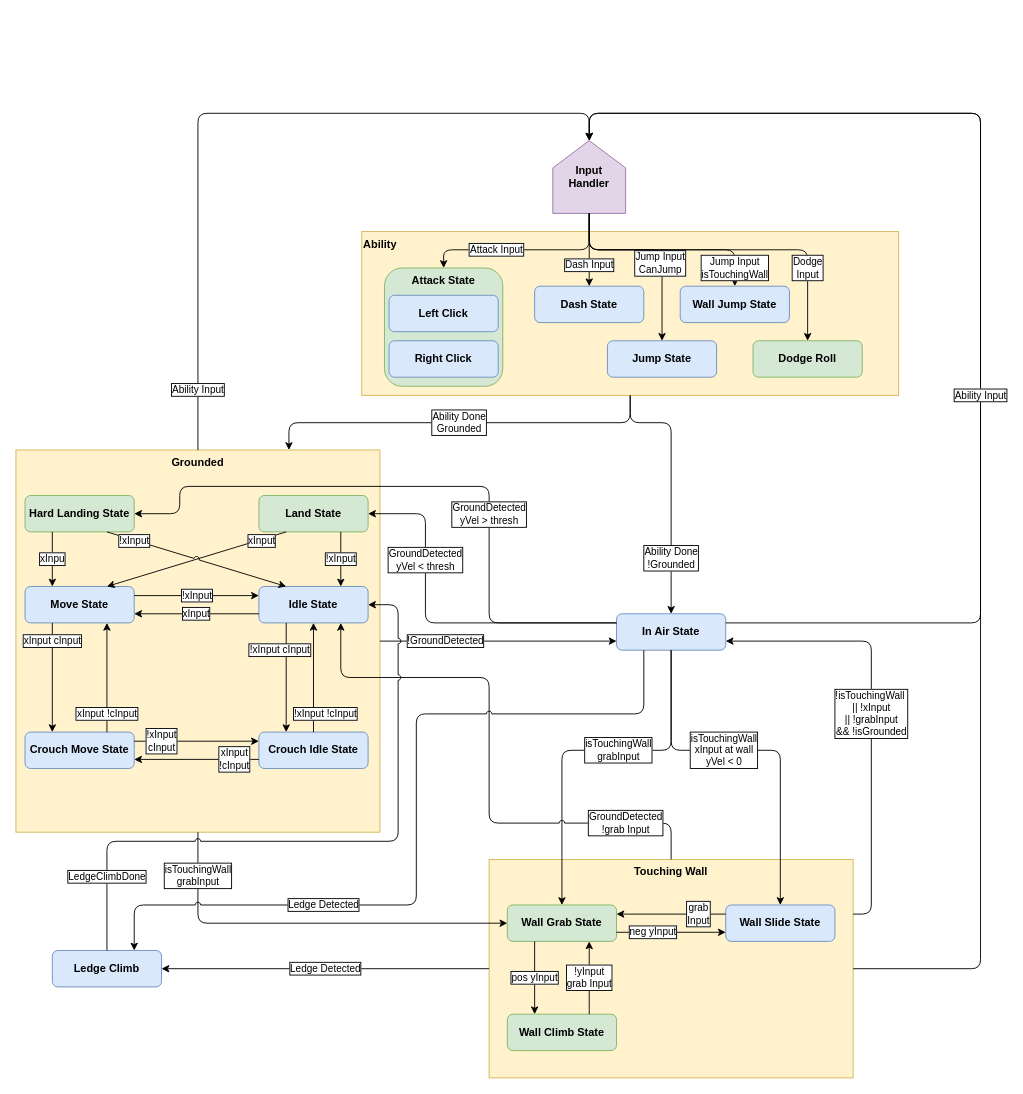
Earlier version of the draw.io diagram data/2D Platformer/FSM.drawio (tinsh00/DoAn). Source tidied: cells renumbered, new cells numbered last; positions are measured from the earlier drawing's top-left corner, leaving out a move shared by most shapes. Both pictures are drawn from the tidied source at 91%, with x=0, y=0 at pixel (15, 113).
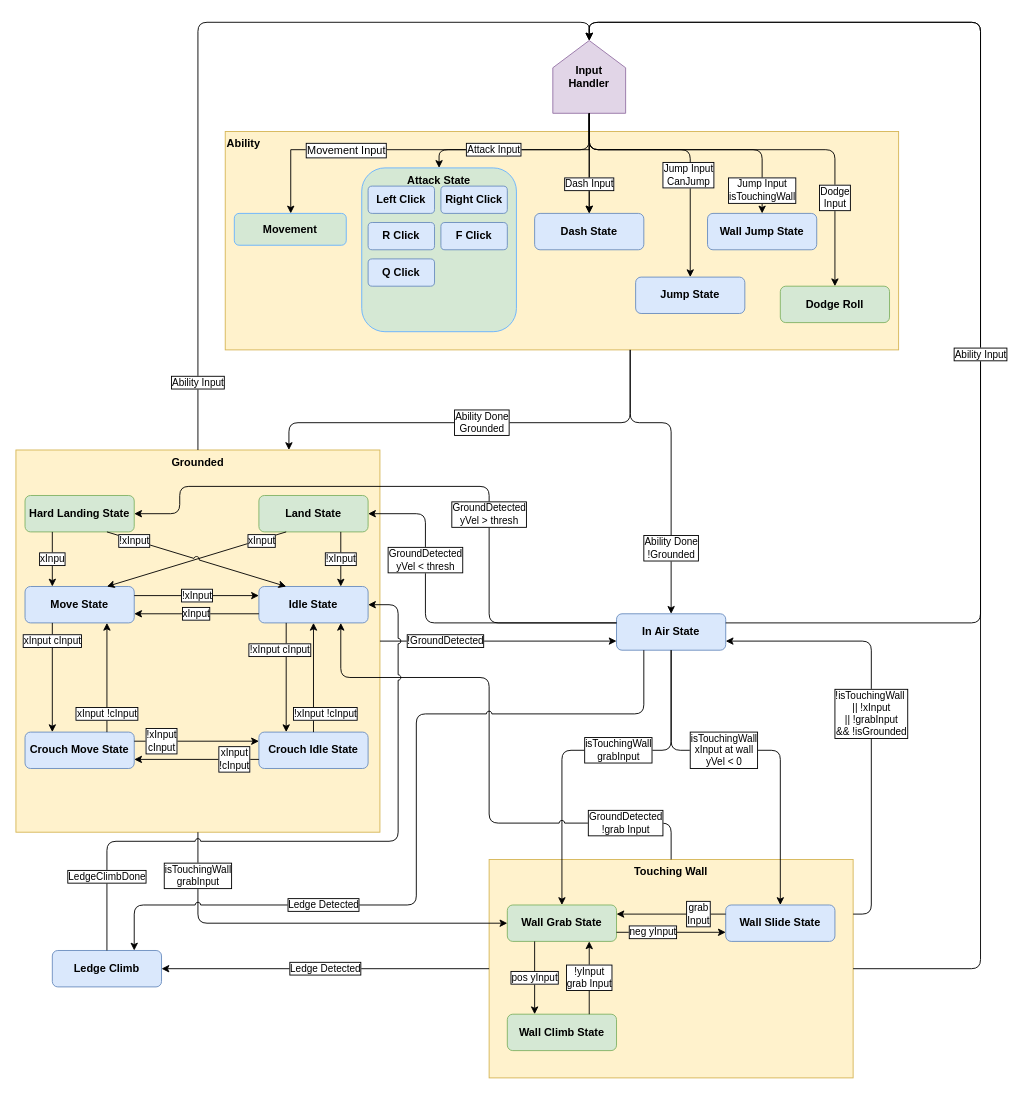
After the change.

The change refers to these unchanged cells:
```xml
<mxCell id="3" value="Touching Wall" style="rounded=0;whiteSpace=wrap;html=1;shadow=0;fillColor=#fff2cc;strokeColor=#d6b656;fontStyle=1;verticalAlign=top;" parent="1" vertex="1">
  <mxGeometry x="520" y="820" width="400" height="240" as="geometry" />
</mxCell>
<mxCell id="4" value="Grounded" style="rounded=0;whiteSpace=wrap;html=1;shadow=0;fillColor=#fff2cc;strokeColor=#d6b656;fontStyle=1;verticalAlign=top;" parent="1" vertex="1">
  <mxGeometry y="370" width="400" height="420" as="geometry" />
</mxCell>
<mxCell id="8" value="In Air State" style="rounded=1;whiteSpace=wrap;html=1;fillColor=#dae8fc;strokeColor=#6c8ebf;fontStyle=1;verticalAlign=middle;" parent="1" vertex="1">
  <mxGeometry x="660" y="550" width="120" height="40" as="geometry" />
</mxCell>
```

Diff of the diagram source:
```diff
@@
     <mxCell id="2" value="Ability" style="rounded=0;whiteSpace=wrap;html=1;shadow=0;fillColor=#fff2cc;strokeColor=#d6b656;fontStyle=1;verticalAlign=top;align=left;" parent="1" vertex="1">
-      <mxGeometry x="380" y="130" width="590" height="180" as="geometry" />
+      <mxGeometry x="230" y="20" width="740" height="240" as="geometry" />
     </mxCell>
@@
     <mxCell id="7" value="Jump State" style="rounded=1;whiteSpace=wrap;html=1;fillColor=#dae8fc;strokeColor=#6c8ebf;fontStyle=1;verticalAlign=middle;" parent="1" vertex="1">
-      <mxGeometry x="650" y="250" width="120" height="40" as="geometry" />
+      <mxGeometry x="681" y="180" width="120" height="40" as="geometry" />
     </mxCell>
@@
     <mxCell id="10" value="Dash State&lt;br&gt;" style="rounded=1;whiteSpace=wrap;html=1;fillColor=#dae8fc;strokeColor=#6c8ebf;fontStyle=1;verticalAlign=middle;" parent="1" vertex="1">
-      <mxGeometry x="570" y="190" width="120" height="40" as="geometry" />
+      <mxGeometry x="570" y="110" width="120" height="40" as="geometry" />
     </mxCell>
@@
     <mxCell id="13" value="Wall Jump State" style="rounded=1;whiteSpace=wrap;html=1;fillColor=#dae8fc;strokeColor=#6c8ebf;fontStyle=1;verticalAlign=middle;" parent="1" vertex="1">
-      <mxGeometry x="730" y="190" width="120" height="40" as="geometry" />
+      <mxGeometry x="760" y="110" width="120" height="40" as="geometry" />
     </mxCell>
@@
     <mxCell id="45" style="endArrow=classic;html=1;rounded=1;labelBorderColor=#000000;jumpStyle=arc;exitX=1;exitY=0.25;exitDx=0;exitDy=0;entryX=0.5;entryY=1;entryDx=0;entryDy=0;" parent="1" edge="1" source="8" target="47">
       <mxGeometry x="1" y="61" relative="1" as="geometry">
         <Array as="points">
           <mxPoint x="1060" y="560" />
-          <mxPoint x="1060" />
-          <mxPoint x="630" />
+          <mxPoint x="1060" y="-100" />
+          <mxPoint x="630" y="-100" />
         </Array>
         <mxPoint x="1" y="-10" as="offset" />
       </mxGeometry>
     </mxCell>
-    <mxCell id="46" value="Ability Done&lt;br&gt;!Grounded" style="endArrow=classic;html=1;rounded=1;labelBorderColor=#000000;exitX=0.5;exitY=1;exitDx=0;exitDy=0;jumpStyle=arc;entryX=0.5;entryY=0;entryDx=0;entryDy=0;" parent="1" edge="1" source="2" target="8">
+    <mxCell id="46" value="Ability Done&lt;br&gt;!Grounded" style="endArrow=classic;html=1;rounded=1;labelBorderColor=#000000;jumpStyle=arc;entryX=0.5;entryY=0;entryDx=0;entryDy=0;" parent="1" edge="1" target="8">
       <mxGeometry x="0.57" relative="1" as="geometry">
+        <mxPoint x="675" y="260" as="sourcePoint" />
         <Array as="points">
           <mxPoint x="675" y="340" />
           <mxPoint x="720" y="340" />
         </Array>
       </mxGeometry>
     </mxCell>
+    <mxCell id="61" style="edgeStyle=orthogonalEdgeStyle;rounded=0;jettySize=auto;html=1;fontSize=14;" parent="1" edge="1" source="47" target="10">
+      <mxGeometry relative="1" as="geometry" />
+    </mxCell>
+    <mxCell id="62" style="edgeStyle=orthogonalEdgeStyle;rounded=0;jettySize=auto;html=1;fontSize=14;" parent="1" edge="1" target="67">
+      <mxGeometry relative="1" as="geometry">
+        <mxPoint x="630" as="sourcePoint" />
+        <Array as="points">
+          <mxPoint x="630" y="40" />
+          <mxPoint x="302" y="40" />
+        </Array>
+      </mxGeometry>
+    </mxCell>
+    <mxCell id="63" value="Movement Input" style="edgeLabel;html=1;align=center;verticalAlign=middle;fontSize=12;labelBorderColor=default;" parent="62" vertex="1">
+      <mxGeometry x="-0.55" y="-1" relative="1" as="geometry">
+        <mxPoint x="-209" y="1" as="offset" />
+      </mxGeometry>
+    </mxCell>
     <mxCell id="47" value="Input&lt;br&gt;Handler" style="shape=offPageConnector;whiteSpace=wrap;html=1;fillColor=#e1d5e7;strokeColor=#9673a6;fontStyle=1;direction=west;align=center;verticalAlign=middle;" parent="1" vertex="1">
-      <mxGeometry x="590" y="30" width="80" height="80" as="geometry" />
+      <mxGeometry x="590" y="-80" width="80" height="80" as="geometry" />
     </mxCell>
     <mxCell id="48" value="&lt;div&gt;Attack Input&lt;/div&gt;" style="endArrow=classic;html=1;rounded=1;labelBorderColor=#000000;exitX=0.5;exitY=0;exitDx=0;exitDy=0;jumpStyle=arc;entryX=0.5;entryY=0;entryDx=0;entryDy=0;" parent="1" edge="1" source="47" target="58">
       <mxGeometry x="0.29" relative="1" as="geometry">
         <Array as="points">
-          <mxPoint x="630" y="150" />
-          <mxPoint x="470" y="150" />
+          <mxPoint x="630" y="40" />
+          <mxPoint x="465" y="40" />
         </Array>
       </mxGeometry>
     </mxCell>
@@
     <mxCell id="50" value="Jump Input&lt;br&gt;CanJump" style="endArrow=classic;html=1;rounded=1;labelBorderColor=#000000;exitX=0.5;exitY=0;exitDx=0;exitDy=0;jumpStyle=arc;entryX=0.5;entryY=0;entryDx=0;entryDy=0;" parent="1" edge="1" source="47" target="7">
       <mxGeometry x="0.23" y="-2" relative="1" as="geometry">
         <Array as="points">
-          <mxPoint x="630" y="150" />
-          <mxPoint x="710" y="150" />
+          <mxPoint x="630" y="40" />
+          <mxPoint x="741" y="40" />
         </Array>
       </mxGeometry>
     </mxCell>
     <mxCell id="51" value="Jump Input&lt;br&gt;isTouchingWall" style="endArrow=classic;html=1;rounded=1;labelBorderColor=#000000;exitX=0.5;exitY=0;exitDx=0;exitDy=0;jumpStyle=arc;entryX=0.5;entryY=0;entryDx=0;entryDy=0;" parent="1" edge="1" source="47" target="13">
       <mxGeometry x="0.83" relative="1" as="geometry">
         <Array as="points">
-          <mxPoint x="630" y="150" />
-          <mxPoint x="790" y="150" />
+          <mxPoint x="630" y="40" />
+          <mxPoint x="820" y="40" />
         </Array>
       </mxGeometry>
     </mxCell>
     <mxCell id="52" value="Ability Input" style="endArrow=classic;html=1;rounded=1;labelBorderColor=#000000;exitX=1;exitY=0.5;exitDx=0;exitDy=0;jumpStyle=arc;entryX=0.5;entryY=1;entryDx=0;entryDy=0;" parent="1" edge="1" source="3" target="47">
       <mxGeometry relative="1" as="geometry">
         <Array as="points">
           <mxPoint x="1060" y="940" />
-          <mxPoint x="1060" />
-          <mxPoint x="630" />
+          <mxPoint x="1060" y="-100" />
+          <mxPoint x="630" y="-100" />
         </Array>
       </mxGeometry>
     </mxCell>
     <mxCell id="53" value="Ability Input" style="endArrow=classic;html=1;rounded=1;labelBorderColor=#000000;exitX=0.5;exitY=0;exitDx=0;exitDy=0;jumpStyle=arc;entryX=0.5;entryY=1;entryDx=0;entryDy=0;" parent="1" edge="1" source="4" target="47">
       <mxGeometry x="-0.84" relative="1" as="geometry">
         <Array as="points">
-          <mxPoint x="200" />
-          <mxPoint x="630" />
+          <mxPoint x="200" y="-100" />
+          <mxPoint x="630" y="-100" />
         </Array>
       </mxGeometry>
     </mxCell>
-    <mxCell id="54" value="Ability Done&lt;br&gt;Grounded" style="endArrow=classic;html=1;rounded=1;labelBorderColor=#000000;exitX=0.5;exitY=1;exitDx=0;exitDy=0;jumpStyle=arc;entryX=0.75;entryY=0;entryDx=0;entryDy=0;" parent="1" edge="1" source="2" target="4">
+    <mxCell id="54" value="Ability Done&lt;br&gt;Grounded" style="endArrow=classic;html=1;rounded=1;labelBorderColor=#000000;jumpStyle=arc;entryX=0.75;entryY=0;entryDx=0;entryDy=0;" parent="1" edge="1" target="4">
       <mxGeometry relative="1" as="geometry">
+        <mxPoint x="675" y="260" as="sourcePoint" />
         <Array as="points">
           <mxPoint x="675" y="340" />
           <mxPoint x="300" y="340" />
         </Array>
       </mxGeometry>
     </mxCell>
@@
     <mxCell id="56" value="Dodge Roll" style="rounded=1;whiteSpace=wrap;html=1;fillColor=#d5e8d4;strokeColor=#82b366;fontStyle=1;verticalAlign=middle;" parent="1" vertex="1">
-      <mxGeometry x="810" y="250" width="120" height="40" as="geometry" />
+      <mxGeometry x="840" y="190" width="120" height="40" as="geometry" />
     </mxCell>
     <mxCell id="57" value="Dodge&lt;br&gt;Input" style="endArrow=classic;html=1;labelBorderColor=#000000;jumpStyle=arc;exitX=0.5;exitY=0;exitDx=0;exitDy=0;entryX=0.5;entryY=0;entryDx=0;entryDy=0;" parent="1" edge="1" source="47" target="56">
       <mxGeometry x="0.58" relative="1" as="geometry">
         <Array as="points">
-          <mxPoint x="630" y="150" />
-          <mxPoint x="870" y="150" />
+          <mxPoint x="630" y="40" />
+          <mxPoint x="900" y="40" />
         </Array>
       </mxGeometry>
     </mxCell>
-    <mxCell id="58" value="Attack State" style="rounded=1;whiteSpace=wrap;html=1;fillColor=#d5e8d4;strokeColor=#82b366;fontStyle=1;verticalAlign=top;" parent="1" vertex="1">
-      <mxGeometry x="405" y="170" width="130" height="130" as="geometry" />
+    <mxCell id="58" value="Attack State" style="rounded=1;whiteSpace=wrap;html=1;fillColor=#d5e8d4;strokeColor=#66B2FF;fontStyle=1;verticalAlign=top;" parent="1" vertex="1">
+      <mxGeometry x="380" y="60" width="170" height="180" as="geometry" />
     </mxCell>
     <mxCell id="59" value="&lt;div&gt;Left Click&lt;/div&gt;" style="rounded=1;whiteSpace=wrap;html=1;fillColor=#dae8fc;strokeColor=#6c8ebf;fontStyle=1;verticalAlign=middle;" parent="1" vertex="1">
-      <mxGeometry x="410" y="200" width="120" height="40" as="geometry" />
+      <mxGeometry x="387" y="80" width="73" height="30" as="geometry" />
     </mxCell>
     <mxCell id="60" value="Right Click" style="rounded=1;whiteSpace=wrap;html=1;fillColor=#dae8fc;strokeColor=#6c8ebf;fontStyle=1;verticalAlign=middle;" parent="1" vertex="1">
-      <mxGeometry x="410" y="250" width="120" height="40" as="geometry" />
+      <mxGeometry x="467" y="80" width="73" height="30" as="geometry" />
     </mxCell>
+    <mxCell id="64" value="&lt;div&gt;R Click&lt;/div&gt;" style="rounded=1;whiteSpace=wrap;html=1;fillColor=#dae8fc;strokeColor=#6c8ebf;fontStyle=1;verticalAlign=middle;" parent="1" vertex="1">
+      <mxGeometry x="387" y="120" width="73" height="30" as="geometry" />
+    </mxCell>
+    <mxCell id="65" value="F Click" style="rounded=1;whiteSpace=wrap;html=1;fillColor=#dae8fc;strokeColor=#6c8ebf;fontStyle=1;verticalAlign=middle;" parent="1" vertex="1">
+      <mxGeometry x="467" y="120" width="73" height="30" as="geometry" />
+    </mxCell>
+    <mxCell id="66" value="&lt;div&gt;Q Click&lt;/div&gt;" style="rounded=1;whiteSpace=wrap;html=1;fillColor=#dae8fc;strokeColor=#6c8ebf;fontStyle=1;verticalAlign=middle;" parent="1" vertex="1">
+      <mxGeometry x="387" y="160" width="73" height="30" as="geometry" />
+    </mxCell>
+    <mxCell id="67" value="Movement" style="rounded=1;whiteSpace=wrap;html=1;fillColor=#d5e8d4;strokeColor=#66B2FF;fontStyle=1;verticalAlign=middle;labelBorderColor=none;" parent="1" vertex="1">
+      <mxGeometry x="240" y="110" width="123" height="35" as="geometry" />
+    </mxCell>
```
